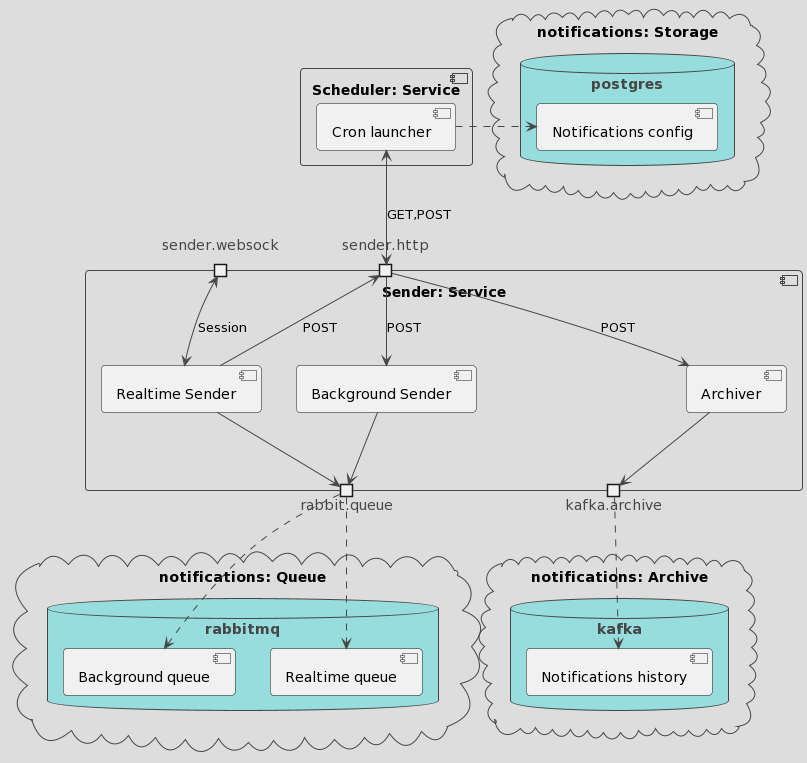
Before: doc/arch/notifications_sender.png, a diagram exported from PlantUML (ilya-spy/notifications_sprint_1).
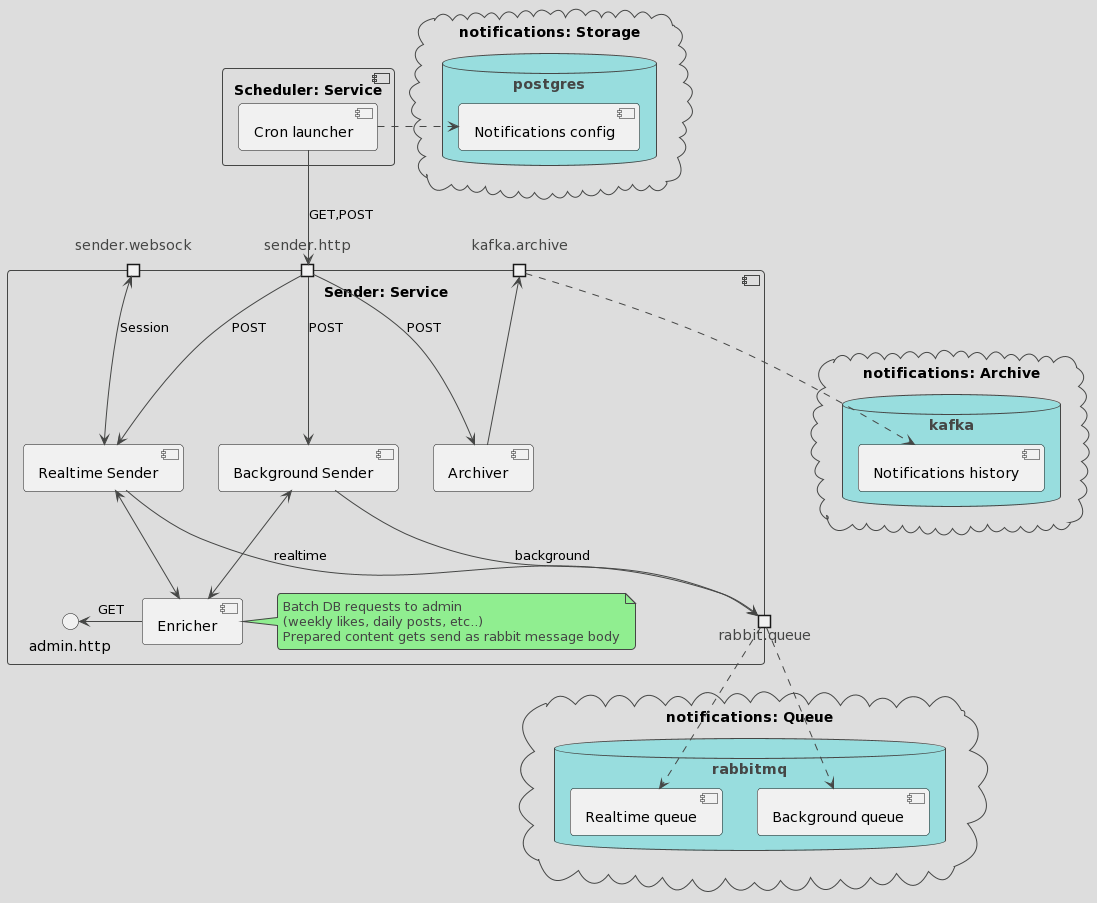
After the commit.

The edit, as a diff of the source:
```diff
@@ -28,31 +28,36 @@
 }
 
 component "Sender: Service" {
-    portin sender.websock
-    portin sender.http
+    port sender.websock
+    port sender.http
 
+    port kafka.archive
     portout rabbit.queue
-    portout kafka.archive
 
+    [Enricher]
+    note right of [Enricher]:  Batch DB requests to admin\n(weekly likes, daily posts, etc..)\nPrepared content gets send as rabbit message body
     [Realtime Sender]
     [Background Sender]
     [Archiver]
 
+    [Realtime Sender] <--> [Enricher]
+    [Background Sender] <--> [Enricher]
 
     sender.http --> [Background Sender]: POST
     sender.http --> [Archiver]: POST
-    sender.http <-- [Realtime Sender]: POST
+    sender.http --> [Realtime Sender]: POST
+    admin.http  <- [Enricher]: GET
 
     sender.websock <--> [Realtime Sender]: Session
 
     [Archiver] --> kafka.archive
-    [Realtime Sender] --> rabbit.queue
-    [Background Sender] --> rabbit.queue
+    [Realtime Sender] --> rabbit.queue: realtime
+    [Background Sender] --> rabbit.queue: background
 }
 
 
 [Cron launcher] .> [Notifications config]
-[Cron launcher] <--> sender.http: GET,POST
+[Cron launcher] --> sender.http: GET,POST
 
 kafka.archive ..>  [Notifications history]
 rabbit.queue ..> [Background queue]
```
